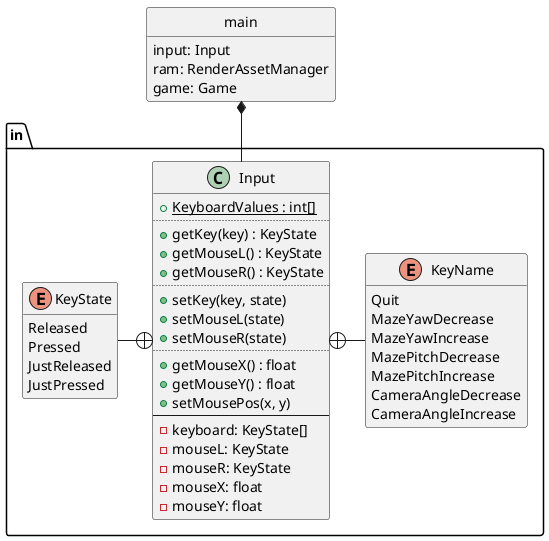
The PlantUML diagram design/input.png in ba6er/marblemaze, before a commit. Its diagram source:
```plantuml
@startuml
set separator ::

enum in::KeyState {
	Released
	Pressed
	JustReleased
	JustPressed
}
hide KeyState methods

enum in::KeyName {
	Quit
	MazeYawDecrease
	MazeYawIncrease
	MazePitchDecrease
	MazePitchIncrease
	CameraAngleDecrease
	CameraAngleIncrease
}
hide KeyName methods

class in::Input {
	{static} +KeyboardValues : int[]
	..
	+getKey(key) : KeyState
	+getMouseL() : KeyState
	+getMouseR() : KeyState
	..
	+setKey(key, state)
	+setMouseL(state)
	+setMouseR(state)
	..
	+getMouseX() : float
	+getMouseY() : float
	+setMousePos(x, y)
	--
	-keyboard: KeyState[]
	-mouseL: KeyState
	-mouseR: KeyState
	-mouseX: float
	-mouseY: float
}

class main {
	input: Input
	ram: RenderAssetManager
	game: Game
}
hide main circle
hide main methods

Input +-left- KeyState
Input +-right- KeyName
main *-down- Input

@enduml
```
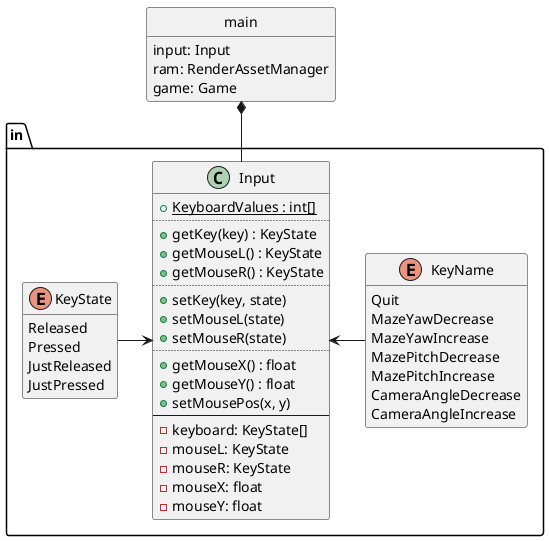
The same diagram one commit later.

Commit message:
Moved enums in::KeyName and in::KeyState out of in::Input class

Change to the diagram source:
```diff
@@ -50,8 +50,8 @@
 hide main circle
 hide main methods
 
-Input +-left- KeyState
-Input +-right- KeyName
+Input <-left- KeyState
+Input <-right- KeyName
 main *-down- Input
 
 @enduml
```
